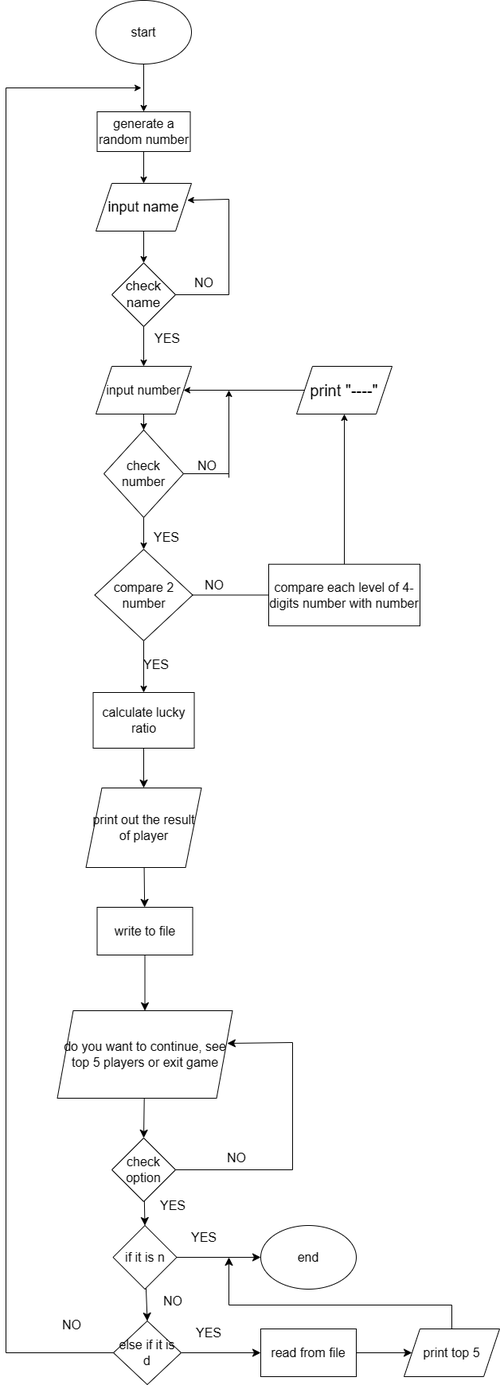
Before: FLOWCHART.png, a diagram exported from draw.io (trungple/MOCKC.). Source tidied: cells renumbered, new cells last; positions are measured from the earlier drawing's top-left corner, leaving out a move shared by most shapes.
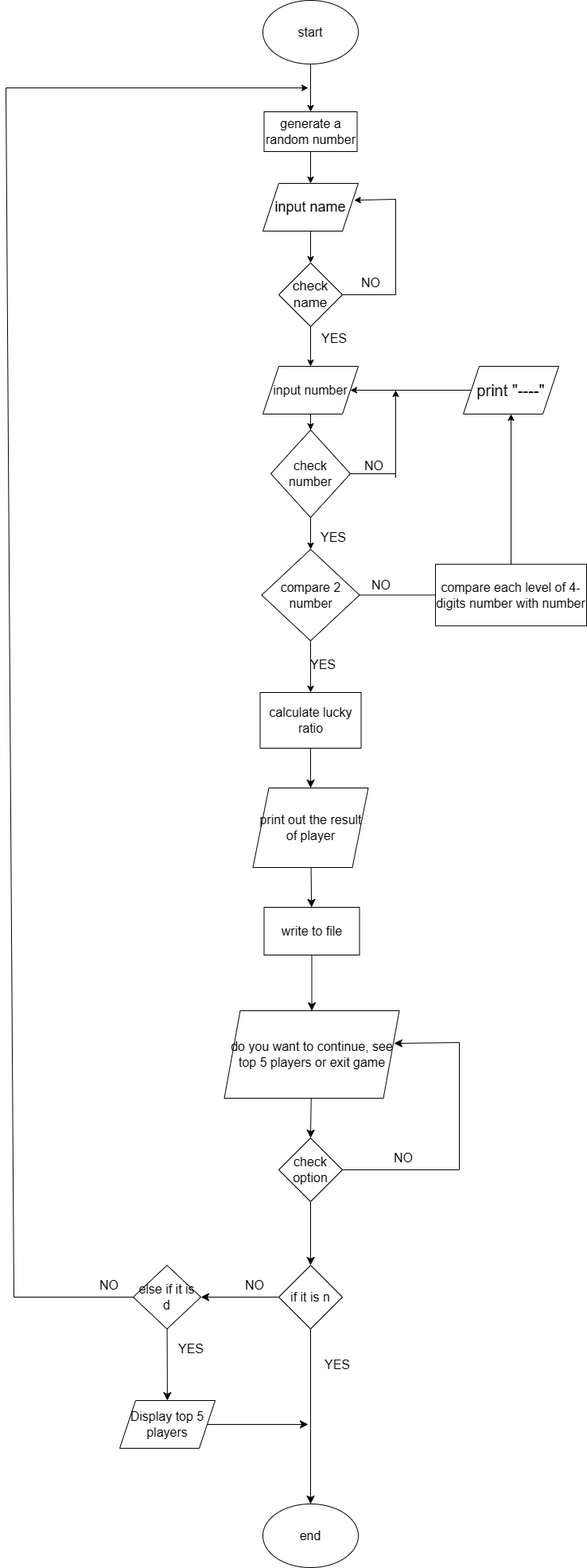
After the commit.

Change to the diagram source:
```diff
@@ -50,18 +50,18 @@
     <mxCell id="17" value="calculate lucky ratio" style="rounded=0;whiteSpace=wrap;html=1;fontSize=16;" parent="1" vertex="1">
       <mxGeometry x="109.5" y="870" width="127" height="70" as="geometry" />
     </mxCell>
-    <mxCell id="18" style="edgeStyle=none;curved=1;rounded=0;jettySize=auto;html=1;entryX=0;entryY=0.5;entryDx=0;entryDy=0;fontSize=12;startSize=8;endSize=8;" parent="1" edge="1" source="20" target="50">
+    <mxCell id="18" style="edgeStyle=none;curved=1;rounded=0;jettySize=auto;html=1;fontSize=12;startSize=8;endSize=8;entryX=0.5;entryY=0;entryDx=0;entryDy=0;" parent="1" edge="1" source="20" target="50">
       <mxGeometry relative="1" as="geometry" />
     </mxCell>
-    <mxCell id="19" style="edgeStyle=none;curved=1;rounded=0;jettySize=auto;html=1;entryX=0.5;entryY=0;entryDx=0;entryDy=0;fontSize=12;startSize=8;endSize=8;" parent="1" edge="1" source="20" target="52">
+    <mxCell id="19" style="edgeStyle=none;curved=1;rounded=0;jettySize=auto;html=1;fontSize=12;startSize=8;endSize=8;entryX=1;entryY=0.5;entryDx=0;entryDy=0;" parent="1" edge="1" source="20" target="52">
       <mxGeometry relative="1" as="geometry" />
     </mxCell>
     <mxCell id="20" value="if it is n" style="rhombus;whiteSpace=wrap;html=1;fontSize=16;" parent="1" vertex="1">
-      <mxGeometry x="134.5" y="1540" width="80" height="80" as="geometry" />
+      <mxGeometry x="133" y="1590" width="80" height="80" as="geometry" />
     </mxCell>
     <mxCell id="21" style="endArrow=classic;html=1;rounded=0;" parent="1" edge="1">
       <mxGeometry relative="1" as="geometry">
-        <mxPoint y="110" as="sourcePoint" />
+        <mxPoint x="-210" y="110" as="sourcePoint" />
         <mxPoint x="170" y="110" as="targetPoint" />
       </mxGeometry>
     </mxCell>
@@ -77,21 +77,12 @@
     <mxCell id="25" value="do you want to continue, see top 5 players or exit game" style="shape=parallelogram;perimeter=parallelogramPerimeter;whiteSpace=wrap;html=1;fixedSize=1;fontSize=16;" parent="1" vertex="1">
       <mxGeometry x="64.5" y="1270" width="220" height="110" as="geometry" />
     </mxCell>
-    <mxCell id="26" value="print top 5" style="shape=parallelogram;perimeter=parallelogramPerimeter;whiteSpace=wrap;html=1;fixedSize=1;fontSize=16;" parent="1" vertex="1">
-      <mxGeometry x="500" y="1670" width="120" height="60" as="geometry" />
-    </mxCell>
     <mxCell id="27" style="edgeStyle=none;curved=1;rounded=0;jettySize=auto;html=1;fontSize=12;startSize=8;endSize=8;" parent="1" edge="1" source="28" target="25">
       <mxGeometry relative="1" as="geometry" />
     </mxCell>
     <mxCell id="28" value="write to file" style="rounded=0;whiteSpace=wrap;html=1;fontSize=16;" parent="1" vertex="1">
       <mxGeometry x="114.5" y="1140" width="120" height="60" as="geometry" />
     </mxCell>
-    <mxCell id="29" style="edgeStyle=none;curved=1;rounded=0;jettySize=auto;html=1;fontSize=12;startSize=8;endSize=8;" parent="1" edge="1" source="30" target="26">
-      <mxGeometry relative="1" as="geometry" />
-    </mxCell>
-    <mxCell id="30" value="read from file" style="rounded=0;whiteSpace=wrap;html=1;fontSize=16;" parent="1" vertex="1">
-      <mxGeometry x="320" y="1670" width="120" height="60" as="geometry" />
-    </mxCell>
     <mxCell id="31" style="edgeStyle=orthogonalEdgeStyle;rounded=0;jettySize=auto;html=1;entryX=0.5;entryY=0;entryDx=0;entryDy=0;" parent="1" edge="1" source="32" target="8">
       <mxGeometry relative="1" as="geometry" />
     </mxCell>
@@ -146,9 +137,11 @@
     <mxCell id="44" value="YES" style="text;strokeColor=none;fillColor=none;html=1;align=center;verticalAlign=middle;whiteSpace=wrap;rounded=0;fontSize=16;" parent="1" vertex="1">
       <mxGeometry x="173" y="410" width="60" height="30" as="geometry" />
     </mxCell>
-    <mxCell id="45" style="edgeStyle=none;curved=1;rounded=0;jettySize=auto;html=1;entryX=0.5;entryY=0;entryDx=0;entryDy=0;fontSize=12;startSize=8;endSize=8;" parent="1" edge="1" source="46" target="20">
-      <mxGeometry relative="1" as="geometry" />
-    </mxCell>
+    <mxCell id="66" style="edgeStyle=none;curved=1;rounded=0;jettySize=auto;html=1;fontSize=12;startSize=8;endSize=8;" parent="1" edge="1" source="46">
+      <mxGeometry relative="1" as="geometry">
+        <mxPoint x="173" y="1590" as="targetPoint" />
+      </mxGeometry>
+    </mxCell>
     <mxCell id="46" value="check option" style="rhombus;whiteSpace=wrap;html=1;fontSize=16;" parent="1" vertex="1">
       <mxGeometry x="133" y="1430" width="80" height="80" as="geometry" />
     </mxCell>
@@ -169,67 +162,53 @@
       </mxGeometry>
     </mxCell>
     <mxCell id="50" value="end" style="ellipse;whiteSpace=wrap;html=1;fontSize=16;" parent="1" vertex="1">
-      <mxGeometry x="320" y="1540" width="120" height="80" as="geometry" />
+      <mxGeometry x="113" y="1890" width="120" height="80" as="geometry" />
     </mxCell>
-    <mxCell id="51" style="edgeStyle=none;curved=1;rounded=0;jettySize=auto;html=1;fontSize=12;startSize=8;endSize=8;" parent="1" edge="1" source="52">
-      <mxGeometry relative="1" as="geometry">
-        <mxPoint x="320" y="1700" as="targetPoint" />
-      </mxGeometry>
-    </mxCell>
+    <mxCell id="67" style="edgeStyle=none;curved=1;rounded=0;jettySize=auto;html=1;fontSize=12;startSize=8;endSize=8;" parent="1" edge="1" source="52" target="71">
+      <mxGeometry relative="1" as="geometry" />
+    </mxCell>
     <mxCell id="52" value="else if it is d" style="rhombus;whiteSpace=wrap;html=1;fontSize=16;" parent="1" vertex="1">
-      <mxGeometry x="135" y="1660" width="85" height="80" as="geometry" />
+      <mxGeometry x="-50" y="1590" width="85" height="80" as="geometry" />
     </mxCell>
-    <mxCell id="53" style="endArrow=none;html=1;rounded=0;fontSize=12;startSize=8;endSize=8;curved=1;entryX=0;entryY=0.5;entryDx=0;entryDy=0;" parent="1" edge="1" target="52">
-      <mxGeometry relative="1" as="geometry">
-        <mxPoint y="1700" as="sourcePoint" />
-      </mxGeometry>
-    </mxCell>
-    <mxCell id="54" style="endArrow=none;html=1;rounded=0;fontSize=12;startSize=8;endSize=8;curved=1;" parent="1" edge="1">
-      <mxGeometry relative="1" as="geometry">
-        <mxPoint y="1700" as="sourcePoint" />
-        <mxPoint y="110" as="targetPoint" />
-      </mxGeometry>
-    </mxCell>
-    <mxCell id="55" style="endArrow=none;html=1;rounded=0;fontSize=12;startSize=8;endSize=8;curved=1;exitX=0.5;exitY=0;exitDx=0;exitDy=0;" parent="1" edge="1" source="26">
-      <mxGeometry relative="1" as="geometry">
-        <mxPoint x="560" y="1640" as="targetPoint" />
-      </mxGeometry>
-    </mxCell>
-    <mxCell id="56" value="YES" style="text;strokeColor=none;fillColor=none;html=1;align=center;verticalAlign=middle;whiteSpace=wrap;rounded=0;fontSize=16;" parent="1" vertex="1">
-      <mxGeometry x="180" y="1500" width="60" height="30" as="geometry" />
-    </mxCell>
-    <mxCell id="57" value="NO" style="text;strokeColor=none;fillColor=none;html=1;align=center;verticalAlign=middle;whiteSpace=wrap;rounded=0;fontSize=16;" parent="1" vertex="1">
-      <mxGeometry x="180" y="1620" width="60" height="30" as="geometry" />
-    </mxCell>
-    <mxCell id="58" value="YES" style="text;strokeColor=none;fillColor=none;html=1;align=center;verticalAlign=middle;whiteSpace=wrap;rounded=0;fontSize=16;" parent="1" vertex="1">
-      <mxGeometry x="218.5" y="1540" width="60" height="30" as="geometry" />
-    </mxCell>
     <mxCell id="59" value="NO" style="text;strokeColor=none;fillColor=none;html=1;align=center;verticalAlign=middle;whiteSpace=wrap;rounded=0;fontSize=16;" parent="1" vertex="1">
       <mxGeometry x="260" y="1440" width="60" height="30" as="geometry" />
     </mxCell>
-    <mxCell id="60" value="YES" style="text;strokeColor=none;fillColor=none;html=1;align=center;verticalAlign=middle;whiteSpace=wrap;rounded=0;fontSize=16;" parent="1" vertex="1">
-      <mxGeometry x="224.5" y="1660" width="60" height="30" as="geometry" />
-    </mxCell>
-    <mxCell id="61" value="NO&lt;div&gt;&lt;br&gt;&lt;/div&gt;" style="text;strokeColor=none;fillColor=none;html=1;align=center;verticalAlign=middle;whiteSpace=wrap;rounded=0;fontSize=16;" parent="1" vertex="1">
-      <mxGeometry x="53" y="1660" width="60" height="30" as="geometry" />
-    </mxCell>
     <mxCell id="62" style="edgeStyle=none;curved=1;rounded=0;jettySize=auto;html=1;fontSize=12;startSize=8;endSize=8;" parent="1" edge="1" source="63" target="28">
       <mxGeometry relative="1" as="geometry" />
     </mxCell>
     <mxCell id="63" value="print out the result of player" style="shape=parallelogram;perimeter=parallelogramPerimeter;whiteSpace=wrap;html=1;fixedSize=1;fontSize=16;" parent="1" vertex="1">
       <mxGeometry x="100.5" y="990" width="145" height="100" as="geometry" />
     </mxCell>
-    <mxCell id="64" style="endArrow=none;html=1;rounded=0;fontSize=12;startSize=8;endSize=8;curved=1;" parent="1" edge="1">
-      <mxGeometry relative="1" as="geometry">
-        <mxPoint x="280" y="1640" as="sourcePoint" />
-        <mxPoint x="560" y="1640" as="targetPoint" />
-      </mxGeometry>
-    </mxCell>
-    <mxCell id="65" style="endArrow=classic;html=1;rounded=0;fontSize=12;startSize=8;endSize=8;curved=1;" parent="1" edge="1">
-      <mxGeometry relative="1" as="geometry">
-        <mxPoint x="280" y="1640" as="sourcePoint" />
-        <mxPoint x="280" y="1580" as="targetPoint" />
-      </mxGeometry>
-    </mxCell>
+    <mxCell id="68" value="YES" style="text;strokeColor=none;fillColor=none;html=1;align=center;verticalAlign=middle;whiteSpace=wrap;rounded=0;fontSize=16;" parent="1" vertex="1">
+      <mxGeometry x="176.5" y="1700" width="60" height="30" as="geometry" />
+    </mxCell>
+    <mxCell id="69" value="NO" style="text;strokeColor=none;fillColor=none;html=1;align=center;verticalAlign=middle;whiteSpace=wrap;rounded=0;fontSize=16;" parent="1" vertex="1">
+      <mxGeometry x="73" y="1600" width="60" height="30" as="geometry" />
+    </mxCell>
+    <mxCell id="70" style="edgeStyle=none;curved=1;rounded=0;jettySize=auto;html=1;fontSize=12;startSize=8;endSize=8;" parent="1" edge="1" source="71">
+      <mxGeometry relative="1" as="geometry">
+        <mxPoint x="170" y="1790" as="targetPoint" />
+      </mxGeometry>
+    </mxCell>
+    <mxCell id="71" value="Display top 5 players" style="shape=parallelogram;perimeter=parallelogramPerimeter;whiteSpace=wrap;html=1;fixedSize=1;fontSize=16;" parent="1" vertex="1">
+      <mxGeometry x="-67" y="1760" width="120" height="60" as="geometry" />
+    </mxCell>
+    <mxCell id="72" value="YES" style="text;strokeColor=none;fillColor=none;html=1;align=center;verticalAlign=middle;whiteSpace=wrap;rounded=0;fontSize=16;" parent="1" vertex="1">
+      <mxGeometry x="-7" y="1680" width="60" height="30" as="geometry" />
+    </mxCell>
+    <mxCell id="73" value="NO" style="text;strokeColor=none;fillColor=none;html=1;align=center;verticalAlign=middle;whiteSpace=wrap;rounded=0;fontSize=16;" parent="1" vertex="1">
+      <mxGeometry x="-110" y="1600" width="60" height="30" as="geometry" />
+    </mxCell>
+    <mxCell id="74" style="endArrow=none;html=1;rounded=0;fontSize=12;startSize=8;endSize=8;curved=1;entryX=1;entryY=1;entryDx=0;entryDy=0;" parent="1" edge="1" target="73">
+      <mxGeometry relative="1" as="geometry">
+        <mxPoint x="-200" y="1630" as="sourcePoint" />
+      </mxGeometry>
+    </mxCell>
+    <mxCell id="75" style="endArrow=none;html=1;rounded=0;fontSize=12;startSize=8;endSize=8;curved=1;" parent="1" edge="1">
+      <mxGeometry relative="1" as="geometry">
+        <mxPoint x="-200" y="1630" as="sourcePoint" />
+        <mxPoint x="-210" y="110" as="targetPoint" />
+      </mxGeometry>
+    </mxCell>
   </root>
 </mxGraphModel>
```
